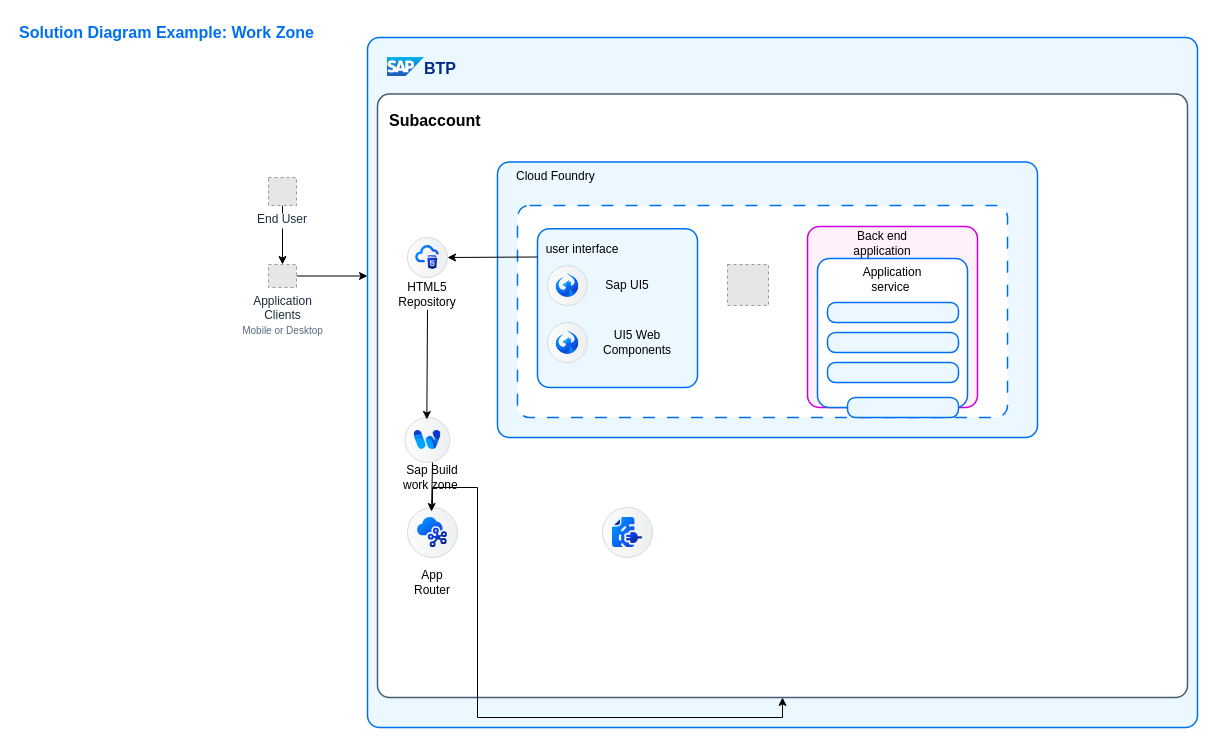
Earlier version of the draw.io diagram Appeals.drawio (sahar389/algorithem-voyelle). Source tidied: cells renumbered, new cells numbered last; positions are measured from the earlier drawing's top-left corner, leaving out a move shared by most shapes. Both pictures are drawn from the tidied source at 100%, with x=0, y=0 at pixel (17, 17). Pictures stored in the file or linked from it are replaced by grey dashed boxes.
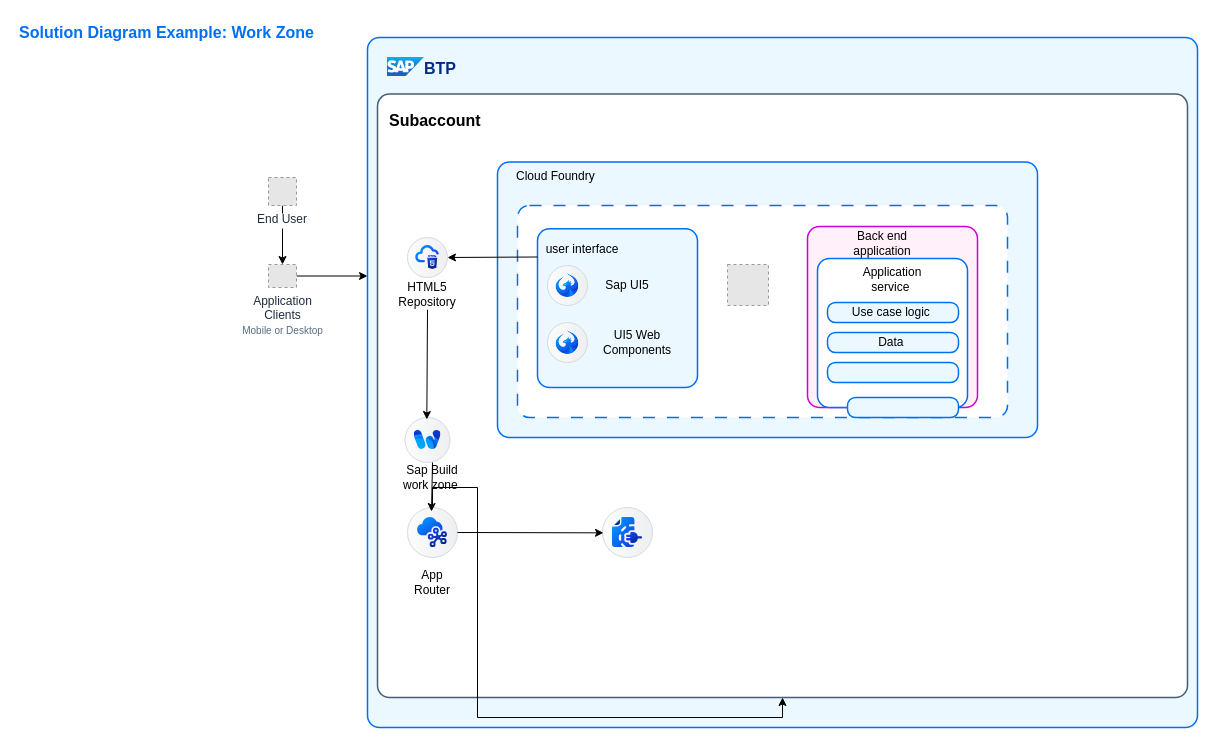
Above is the later version.

Unchanged cells that the change refers to:
```xml
<mxCell id="6" style="rounded=1;whiteSpace=wrap;html=1;strokeColor=#0070F2;fillColor=#EBF8FF;arcSize=24;absoluteArcSize=1;imageWidth=64;imageHeight=64;strokeWidth=1.5;" parent="1" vertex="1">
  <mxGeometry x="350" y="20" width="830" height="690" as="geometry" />
</mxCell>
<mxCell id="37" style="shape=mxgraph.sap.icon;labelPosition=center;verticalLabelPosition=bottom;align=center;verticalAlign=top;strokeWidth=1;strokeColor=#D5DADD;fillColor=#EDEFF0;gradientColor=#FCFCFC;gradientDirection=west;SAPIcon=SAP_Destination_service;" parent="6" vertex="1">
  <mxGeometry x="235" y="470" width="50" height="50" as="geometry" />
</mxCell>
```

The edit, as a diff of the source:
```diff
@@
-    <mxCell id="26" style="rounded=1;whiteSpace=wrap;html=1;strokeColor=#0070F2;strokeWidth=1.5;arcSize=16;fillColor=#EBF8FF;perimeterSpacing=0;absoluteArcSize=1;" parent="6" vertex="1">
+    <mxCell id="26" value="Use case logic&amp;nbsp;" style="rounded=1;whiteSpace=wrap;html=1;strokeColor=#0070F2;strokeWidth=1.5;arcSize=16;fillColor=#EBF8FF;perimeterSpacing=0;absoluteArcSize=1;" parent="6" vertex="1">
       <mxGeometry x="460" y="265" width="131" height="20" as="geometry" />
     </mxCell>
-    <mxCell id="27" style="rounded=1;whiteSpace=wrap;html=1;strokeColor=#0070F2;strokeWidth=1.5;arcSize=16;fillColor=#EBF8FF;perimeterSpacing=0;absoluteArcSize=1;" parent="6" vertex="1">
+    <mxCell id="27" value="Data&amp;nbsp;" style="rounded=1;whiteSpace=wrap;html=1;strokeColor=#0070F2;strokeWidth=1.5;arcSize=16;fillColor=#EBF8FF;perimeterSpacing=0;absoluteArcSize=1;" parent="6" vertex="1">
       <mxGeometry x="460" y="295" width="131" height="20" as="geometry" />
     </mxCell>
@@
+    <mxCell id="32" style="shape=mxgraph.sap.icon;labelPosition=center;verticalLabelPosition=bottom;align=center;verticalAlign=top;strokeWidth=1;strokeColor=#D5DADD;fillColor=#EDEFF0;gradientColor=#FCFCFC;gradientDirection=west;SAPIcon=SAP_Integration_Suite_-_Cloud_Integration;" parent="6" vertex="1">
+      <mxGeometry x="40" y="470" width="50" height="50" as="geometry" />
+    </mxCell>
@@
-    <mxCell id="32" style="shape=mxgraph.sap.icon;labelPosition=center;verticalLabelPosition=bottom;align=center;verticalAlign=top;strokeWidth=1;strokeColor=#D5DADD;fillColor=#EDEFF0;gradientColor=#FCFCFC;gradientDirection=west;SAPIcon=SAP_Integration_Suite_-_Cloud_Integration;" parent="6" vertex="1">
-      <mxGeometry x="40" y="470" width="50" height="50" as="geometry" />
-    </mxCell>
@@
+    <mxCell id="39" style="endArrow=classic;html=1;rounded=0;exitX=1;exitY=0.5;exitDx=0;exitDy=0;exitPerimeter=0;entryX=0.02;entryY=0.507;entryDx=0;entryDy=0;entryPerimeter=0;" parent="6" edge="1" source="32" target="37">
+      <mxGeometry relative="1" as="geometry" />
+    </mxCell>
```
